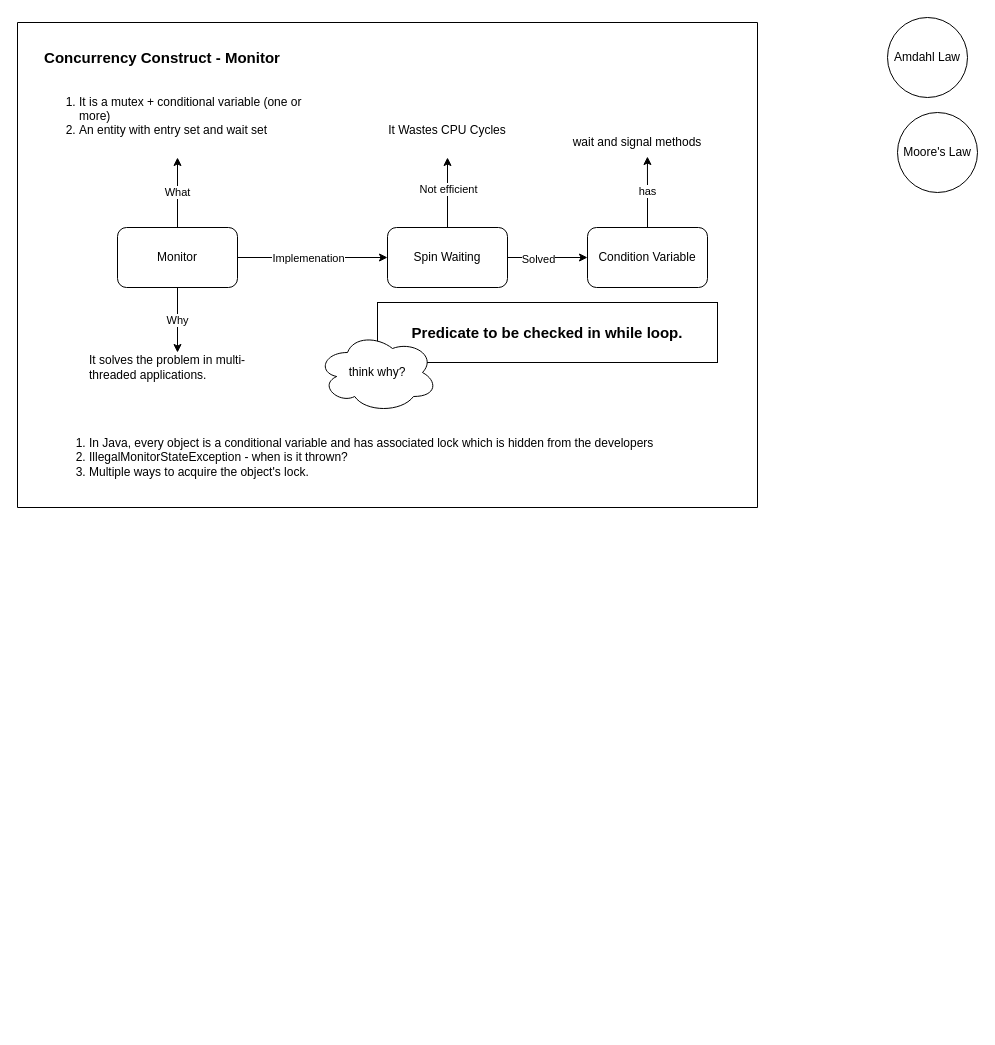
This is multithreading-java.drawio from balaprojects/graphical_notes, a draw.io file, before an edit. Source tidied: cells renumbered, new cells numbered last; positions are measured from the earlier drawing's top-left corner, leaving out a move shared by most shapes. Both pictures are drawn from the tidied source at 100%, with x=0, y=0 at pixel (17, 17).
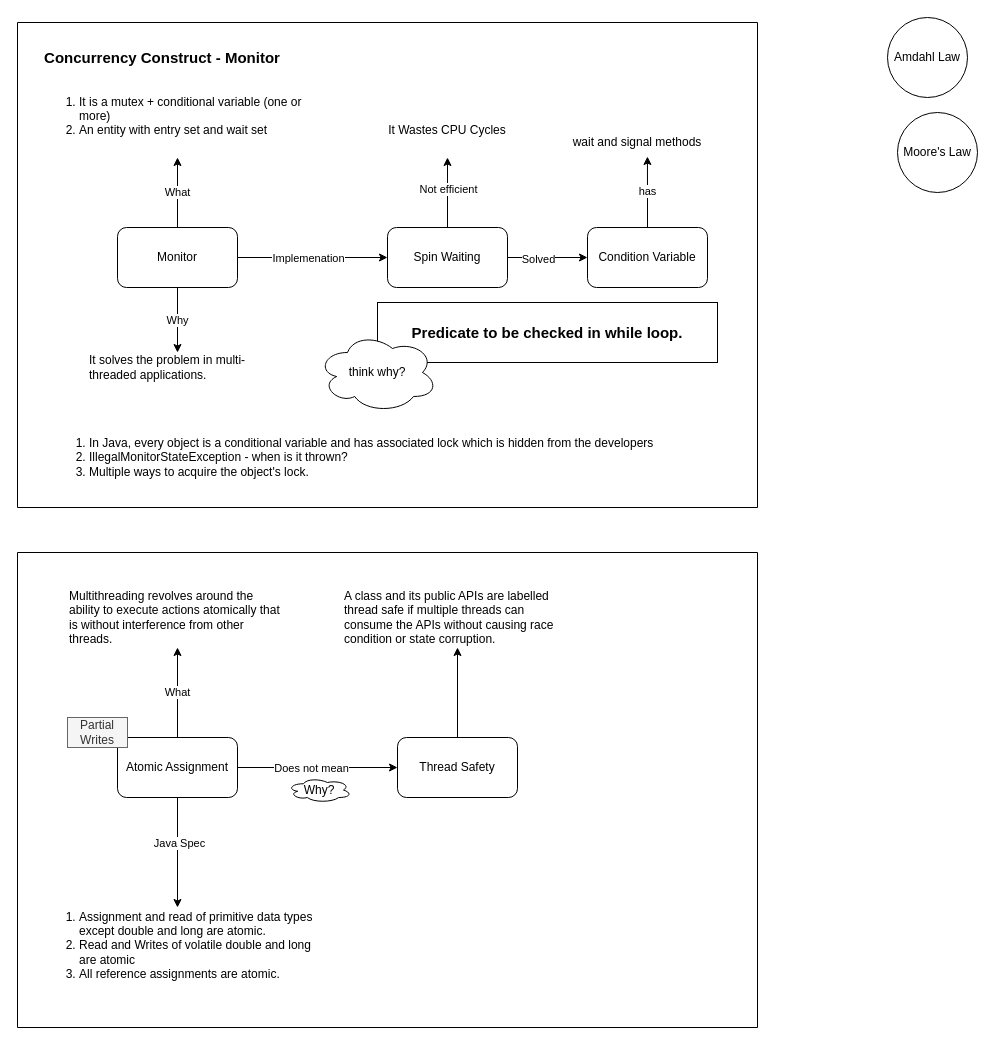
The same page after the edit.

What changed in the source:
```diff
@@
+    <mxCell id="25" style="swimlane;startSize=0;" parent="1" vertex="1">
+      <mxGeometry y="535" width="740" height="475" as="geometry" />
+    </mxCell>
+    <mxCell id="26" value="What" style="edgeStyle=orthogonalEdgeStyle;rounded=0;jettySize=auto;html=1;" parent="25" edge="1" source="31" target="32">
+      <mxGeometry relative="1" as="geometry" />
+    </mxCell>
+    <mxCell id="27" style="edgeStyle=orthogonalEdgeStyle;rounded=0;jettySize=auto;html=1;" parent="25" edge="1" source="31" target="34">
+      <mxGeometry relative="1" as="geometry" />
+    </mxCell>
+    <mxCell id="28" value="Does not mean" style="edgeLabel;html=1;align=center;verticalAlign=middle;" parent="27" vertex="1">
+      <mxGeometry x="-0.31" y="1" relative="1" as="geometry">
+        <mxPoint x="18" y="1" as="offset" />
+      </mxGeometry>
+    </mxCell>
+    <mxCell id="29" style="edgeStyle=orthogonalEdgeStyle;rounded=0;jettySize=auto;html=1;" parent="25" edge="1" source="31" target="35">
+      <mxGeometry relative="1" as="geometry" />
+    </mxCell>
+    <mxCell id="30" value="Java Spec" style="edgeLabel;html=1;align=center;verticalAlign=middle;" parent="29" vertex="1">
+      <mxGeometry x="-0.18" y="1" relative="1" as="geometry" />
+    </mxCell>
+    <mxCell id="31" value="Atomic Assignment" style="rounded=1;whiteSpace=wrap;html=1;" parent="25" vertex="1">
+      <mxGeometry x="100" y="185" width="120" height="60" as="geometry" />
+    </mxCell>
+    <mxCell id="32" value="Multithreading revolves around the ability to execute actions atomically that is without interference from other threads." style="text;align=left;verticalAlign=middle;rounded=0;spacing=2;whiteSpace=wrap;" parent="25" vertex="1">
+      <mxGeometry x="50" y="35" width="220" height="60" as="geometry" />
+    </mxCell>
+    <mxCell id="33" style="edgeStyle=orthogonalEdgeStyle;rounded=0;jettySize=auto;html=1;" parent="25" edge="1" source="34" target="38">
+      <mxGeometry relative="1" as="geometry" />
+    </mxCell>
+    <mxCell id="34" value="Thread Safety" style="rounded=1;whiteSpace=wrap;html=1;" parent="25" vertex="1">
+      <mxGeometry x="380" y="185" width="120" height="60" as="geometry" />
+    </mxCell>
+    <mxCell id="35" value="&lt;ol&gt;&lt;li&gt;Assignment and read of primitive data types except double and long are atomic.&lt;/li&gt;&lt;li&gt;Read and Writes of volatile double and long are atomic&lt;/li&gt;&lt;li&gt;All reference assignments are atomic.&lt;/li&gt;&lt;/ol&gt;" style="text;align=left;verticalAlign=middle;whiteSpace=wrap;rounded=0;html=1;" parent="25" vertex="1">
+      <mxGeometry x="20" y="355" width="280" height="75" as="geometry" />
+    </mxCell>
+    <mxCell id="36" value="Partial Writes" style="text;html=1;align=center;verticalAlign=middle;whiteSpace=wrap;rounded=0;fillColor=#f5f5f5;fontColor=#333333;strokeColor=#666666;" parent="25" vertex="1">
+      <mxGeometry x="50" y="165" width="60" height="30" as="geometry" />
+    </mxCell>
+    <mxCell id="37" value="Why?" style="ellipse;shape=cloud;whiteSpace=wrap;html=1;" parent="25" vertex="1">
+      <mxGeometry x="270" y="225" width="64" height="25" as="geometry" />
+    </mxCell>
+    <mxCell id="38" value="A class and its public APIs are labelled thread safe if multiple threads can consume the APIs without causing race condition or state corruption.&amp;nbsp;" style="text;html=1;align=left;verticalAlign=middle;whiteSpace=wrap;rounded=0;" parent="25" vertex="1">
+      <mxGeometry x="325" y="35" width="230" height="60" as="geometry" />
+    </mxCell>
```
